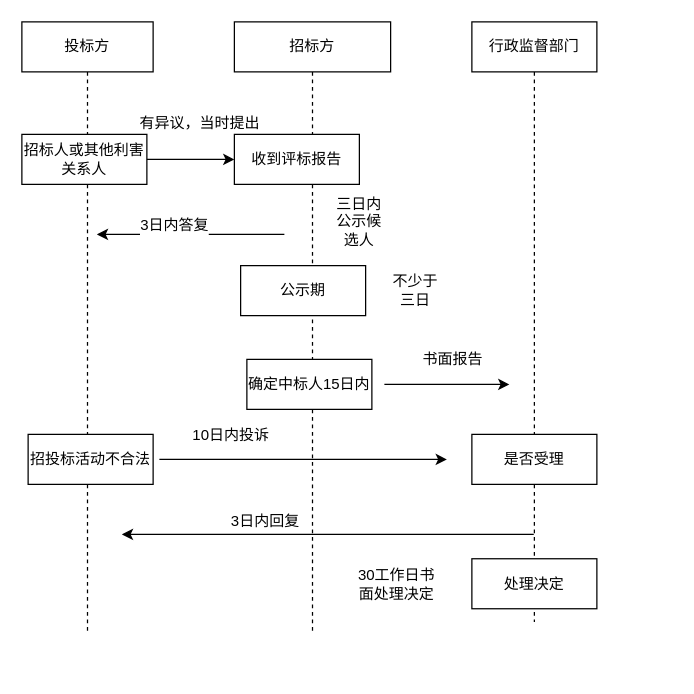
The draw.io diagram 招投标投诉处理.drawio in Chenguoqing2008/drawio, before the edit. Source tidied: cells renumbered, new cells numbered last; positions are measured from the earlier drawing's top-left corner, leaving out a move shared by most shapes. Both pictures are drawn from the tidied source at 125%, with x=0, y=0 at pixel (21, 21).
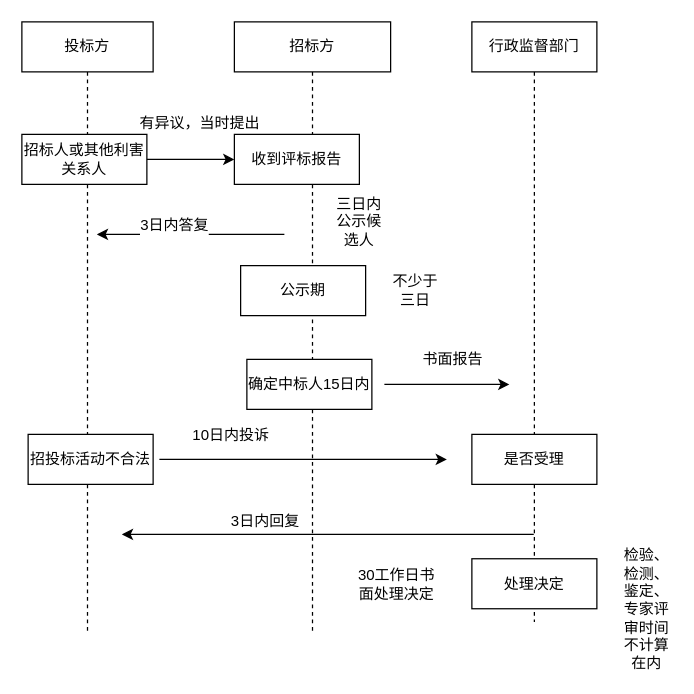
The same page after the edit.

Commit message (it also covers changes not shown here):
Update 招投标投诉处理.drawio

Diff of the diagram source:
```diff
@@
+    <mxCell id="25" value="检验、检测、鉴定、专家评审时间不计算在内" style="text;html=1;strokeColor=none;fillColor=none;align=center;verticalAlign=middle;whiteSpace=wrap;rounded=0;" parent="1" vertex="1">
+      <mxGeometry x="480" y="459.5" width="40" height="20" as="geometry" />
+    </mxCell>
```
